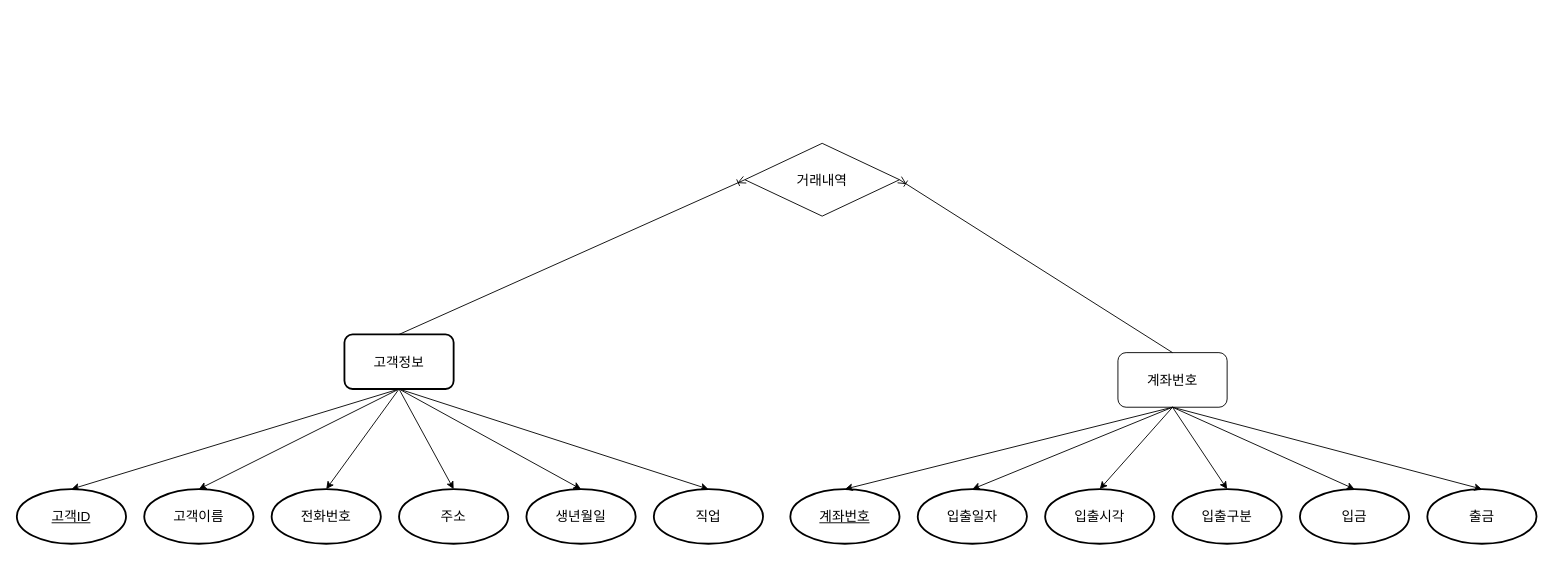
This is Java_020_bank/back(2023-05-17).drawio from elquineas/Biz-2023-04-505-Java, a draw.io file, before an edit. Source tidied: cells renumbered, new cells numbered last; positions are measured from the earlier drawing's top-left corner, leaving out a move shared by most shapes. Both pictures are drawn from the tidied source at 91%, with x=0, y=0 at pixel (16, 143).
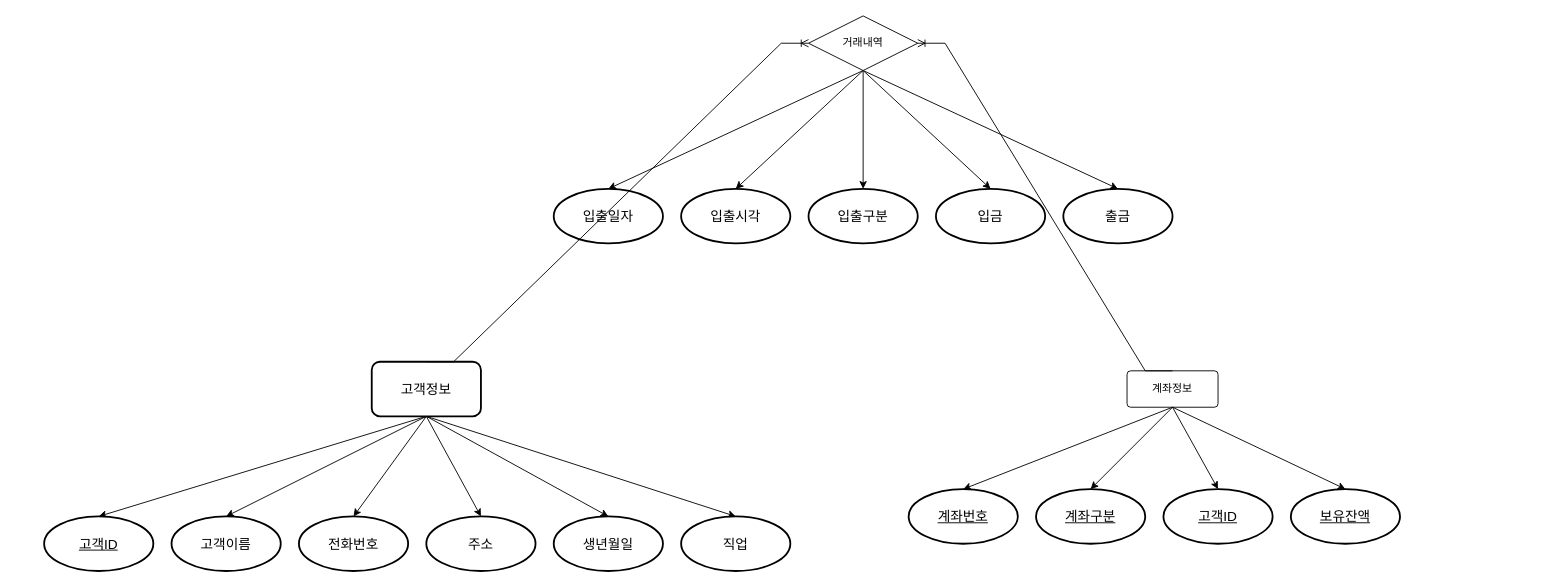
The same page after the edit.

The edit, as a diff of the source:
```diff
@@
     <mxCell id="8" value="&lt;font style=&quot;font-size: 15px;&quot;&gt;고객정보&lt;/font&gt;" style="rounded=1;whiteSpace=wrap;html=1;strokeWidth=2;" parent="1" vertex="1">
-      <mxGeometry x="360" y="210" width="120" height="60" as="geometry" />
+      <mxGeometry x="390" y="240" width="120" height="60" as="geometry" />
     </mxCell>
     <mxCell id="9" value="&lt;font style=&quot;font-size: 15px;&quot;&gt;고객이름&lt;/font&gt;" style="ellipse;whiteSpace=wrap;html=1;strokeWidth=2;" parent="1" vertex="1">
-      <mxGeometry x="140" y="380" width="120" height="60" as="geometry" />
+      <mxGeometry x="170" y="410" width="120" height="60" as="geometry" />
     </mxCell>
     <mxCell id="10" value="&lt;u&gt;&lt;font style=&quot;font-size: 15px;&quot;&gt;고객ID&lt;/font&gt;&lt;/u&gt;" style="ellipse;whiteSpace=wrap;html=1;strokeWidth=2;" parent="1" vertex="1">
-      <mxGeometry y="380" width="120" height="60" as="geometry" />
+      <mxGeometry x="30" y="410" width="120" height="60" as="geometry" />
     </mxCell>
     <mxCell id="11" value="&lt;font style=&quot;font-size: 15px;&quot;&gt;전화번호&lt;br&gt;&lt;/font&gt;" style="ellipse;whiteSpace=wrap;html=1;strokeWidth=2;" parent="1" vertex="1">
-      <mxGeometry x="280" y="380" width="120" height="60" as="geometry" />
+      <mxGeometry x="310" y="410" width="120" height="60" as="geometry" />
     </mxCell>
     <mxCell id="12" value="&lt;font style=&quot;font-size: 15px;&quot;&gt;주소&lt;br&gt;&lt;/font&gt;" style="ellipse;whiteSpace=wrap;html=1;strokeWidth=2;" parent="1" vertex="1">
-      <mxGeometry x="420" y="380" width="120" height="60" as="geometry" />
+      <mxGeometry x="450" y="410" width="120" height="60" as="geometry" />
     </mxCell>
     <mxCell id="13" value="&lt;font style=&quot;font-size: 15px;&quot;&gt;생년월일&lt;/font&gt;" style="ellipse;whiteSpace=wrap;html=1;strokeWidth=2;" parent="1" vertex="1">
-      <mxGeometry x="560" y="380" width="120" height="60" as="geometry" />
+      <mxGeometry x="590" y="410" width="120" height="60" as="geometry" />
     </mxCell>
     <mxCell id="14" value="&lt;font style=&quot;font-size: 15px;&quot;&gt;직업&lt;br&gt;&lt;/font&gt;" style="ellipse;whiteSpace=wrap;html=1;strokeWidth=2;" parent="1" vertex="1">
-      <mxGeometry x="700" y="380" width="120" height="60" as="geometry" />
+      <mxGeometry x="730" y="410" width="120" height="60" as="geometry" />
     </mxCell>
-    <mxCell id="15" value="&lt;font style=&quot;font-size: 15px;&quot;&gt;계좌번호&lt;/font&gt;" style="rounded=1;whiteSpace=wrap;html=1;" parent="1" vertex="1">
-      <mxGeometry x="1210" y="230" width="120" height="60" as="geometry" />
-    </mxCell>
     <mxCell id="16" value="&lt;u&gt;&lt;font style=&quot;font-size: 15px;&quot;&gt;계좌번호&lt;br&gt;&lt;/font&gt;&lt;/u&gt;" style="ellipse;whiteSpace=wrap;html=1;strokeWidth=2;" parent="1" vertex="1">
-      <mxGeometry x="850" y="380" width="120" height="60" as="geometry" />
+      <mxGeometry x="980" y="380" width="120" height="60" as="geometry" />
     </mxCell>
     <mxCell id="17" value="&lt;font style=&quot;font-size: 15px;&quot;&gt;입출일자&lt;/font&gt;" style="ellipse;whiteSpace=wrap;html=1;strokeWidth=2;" parent="1" vertex="1">
-      <mxGeometry x="990" y="380" width="120" height="60" as="geometry" />
+      <mxGeometry x="590" y="50" width="120" height="60" as="geometry" />
     </mxCell>
     <mxCell id="18" value="&lt;font style=&quot;font-size: 15px;&quot;&gt;입출시각&lt;/font&gt;" style="ellipse;whiteSpace=wrap;html=1;strokeWidth=2;" parent="1" vertex="1">
-      <mxGeometry x="1130" y="380" width="120" height="60" as="geometry" />
+      <mxGeometry x="730" y="50" width="120" height="60" as="geometry" />
     </mxCell>
     <mxCell id="19" value="&lt;font style=&quot;font-size: 15px;&quot;&gt;입금&lt;/font&gt;" style="ellipse;whiteSpace=wrap;html=1;strokeWidth=2;" parent="1" vertex="1">
-      <mxGeometry x="1410" y="380" width="120" height="60" as="geometry" />
+      <mxGeometry x="1010" y="50" width="120" height="60" as="geometry" />
     </mxCell>
     <mxCell id="20" value="&lt;span style=&quot;font-size: 15px;&quot;&gt;입출구분&lt;/span&gt;" style="ellipse;whiteSpace=wrap;html=1;strokeWidth=2;" parent="1" vertex="1">
-      <mxGeometry x="1270" y="380" width="120" height="60" as="geometry" />
+      <mxGeometry x="870" y="50" width="120" height="60" as="geometry" />
     </mxCell>
     <mxCell id="21" value="&lt;font style=&quot;font-size: 15px;&quot;&gt;출금&lt;br&gt;&lt;/font&gt;" style="ellipse;whiteSpace=wrap;html=1;strokeWidth=2;" parent="1" vertex="1">
-      <mxGeometry x="1550" y="380" width="120" height="60" as="geometry" />
+      <mxGeometry x="1150" y="50" width="120" height="60" as="geometry" />
     </mxCell>
-    <mxCell id="22" style="rounded=0;jettySize=auto;html=1;entryX=0.5;entryY=0;entryDx=0;entryDy=0;exitX=0.5;exitY=1;exitDx=0;exitDy=0;" parent="1" edge="1" source="15" target="16">
+    <mxCell id="22" style="rounded=0;jettySize=auto;html=1;entryX=0.5;entryY=0;entryDx=0;entryDy=0;exitX=0.5;exitY=1;exitDx=0;exitDy=0;" parent="1" edge="1" source="31" target="16">
       <mxGeometry relative="1" as="geometry" />
     </mxCell>
-    <mxCell id="23" style="rounded=0;jettySize=auto;html=1;entryX=0.5;entryY=0;entryDx=0;entryDy=0;exitX=0.5;exitY=1;exitDx=0;exitDy=0;" parent="1" edge="1" source="15" target="17">
+    <mxCell id="23" style="rounded=0;jettySize=auto;html=1;entryX=0.5;entryY=0;entryDx=0;entryDy=0;exitX=0.5;exitY=1;exitDx=0;exitDy=0;" parent="1" edge="1" source="28" target="17">
       <mxGeometry relative="1" as="geometry" />
     </mxCell>
-    <mxCell id="24" style="rounded=0;jettySize=auto;html=1;entryX=0.5;entryY=0;entryDx=0;entryDy=0;exitX=0.5;exitY=1;exitDx=0;exitDy=0;" parent="1" edge="1" source="15" target="20">
+    <mxCell id="24" style="rounded=0;jettySize=auto;html=1;entryX=0.5;entryY=0;entryDx=0;entryDy=0;exitX=0.5;exitY=1;exitDx=0;exitDy=0;" parent="1" edge="1" source="28" target="20">
       <mxGeometry relative="1" as="geometry" />
     </mxCell>
-    <mxCell id="25" style="rounded=0;jettySize=auto;html=1;entryX=0.5;entryY=0;entryDx=0;entryDy=0;exitX=0.5;exitY=1;exitDx=0;exitDy=0;" parent="1" edge="1" source="15" target="18">
+    <mxCell id="25" style="rounded=0;jettySize=auto;html=1;entryX=0.5;entryY=0;entryDx=0;entryDy=0;exitX=0.5;exitY=1;exitDx=0;exitDy=0;" parent="1" edge="1" source="28" target="18">
       <mxGeometry relative="1" as="geometry" />
     </mxCell>
-    <mxCell id="26" style="rounded=0;jettySize=auto;html=1;entryX=0.5;entryY=0;entryDx=0;entryDy=0;exitX=0.5;exitY=1;exitDx=0;exitDy=0;" parent="1" edge="1" source="15" target="21">
+    <mxCell id="26" style="rounded=0;jettySize=auto;html=1;entryX=0.5;entryY=0;entryDx=0;entryDy=0;exitX=0.5;exitY=1;exitDx=0;exitDy=0;" parent="1" edge="1" source="28" target="21">
       <mxGeometry relative="1" as="geometry" />
     </mxCell>
-    <mxCell id="27" style="rounded=0;jettySize=auto;html=1;entryX=0.5;entryY=0;entryDx=0;entryDy=0;exitX=0.5;exitY=1;exitDx=0;exitDy=0;" parent="1" edge="1" source="15" target="19">
+    <mxCell id="27" style="rounded=0;jettySize=auto;html=1;entryX=0.5;entryY=0;entryDx=0;entryDy=0;exitX=0.5;exitY=1;exitDx=0;exitDy=0;" parent="1" edge="1" source="28" target="19">
       <mxGeometry relative="1" as="geometry" />
     </mxCell>
-    <mxCell id="28" value="&lt;font style=&quot;font-size: 15px;&quot;&gt;거래내역&lt;/font&gt;" style="rhombus;whiteSpace=wrap;html=1;" parent="1" vertex="1">
-      <mxGeometry x="800" width="170" height="80" as="geometry" />
+    <mxCell id="28" value="거래내역" style="shape=rhombus;perimeter=rhombusPerimeter;whiteSpace=wrap;html=1;align=center;" parent="1" vertex="1">
+      <mxGeometry x="870" y="-140" width="120" height="60" as="geometry" />
     </mxCell>
+    <mxCell id="31" value="계좌정보" style="rounded=1;arcSize=10;whiteSpace=wrap;html=1;align=center;" parent="1" vertex="1">
+      <mxGeometry x="1220" y="250" width="100" height="40" as="geometry" />
+    </mxCell>
-    <mxCell id="29" style="fontSize=12;html=1;endArrow=ERoneToMany;rounded=0;entryX=0;entryY=0.5;entryDx=0;entryDy=0;exitX=0.5;exitY=0;exitDx=0;exitDy=0;" parent="1" edge="1" source="8" target="28">
+    <mxCell id="29" style="edgeStyle=entityRelationEdgeStyle;fontSize=12;html=1;endArrow=ERoneToMany;rounded=0;entryX=0;entryY=0.5;entryDx=0;entryDy=0;exitX=0.5;exitY=0;exitDx=0;exitDy=0;" parent="1" edge="1" source="8" target="28">
       <mxGeometry relative="1" as="geometry" />
     </mxCell>
-    <mxCell id="30" style="fontSize=12;html=1;endArrow=ERoneToMany;rounded=0;entryX=1;entryY=0.5;entryDx=0;entryDy=0;exitX=0.5;exitY=0;exitDx=0;exitDy=0;" parent="1" edge="1" source="15" target="28">
-      <mxGeometry relative="1" as="geometry" />
-    </mxCell>
+    <mxCell id="32" style="edgeStyle=entityRelationEdgeStyle;fontSize=12;html=1;endArrow=ERoneToMany;rounded=0;entryX=1;entryY=0.5;entryDx=0;entryDy=0;exitX=0.5;exitY=0;exitDx=0;exitDy=0;" parent="1" edge="1" source="31" target="28">
+      <mxGeometry relative="1" as="geometry" />
+    </mxCell>
+    <mxCell id="33" value="&lt;u&gt;&lt;font style=&quot;font-size: 15px;&quot;&gt;계좌구분&lt;br&gt;&lt;/font&gt;&lt;/u&gt;" style="ellipse;whiteSpace=wrap;html=1;strokeWidth=2;" parent="1" vertex="1">
+      <mxGeometry x="1120" y="380" width="120" height="60" as="geometry" />
+    </mxCell>
+    <mxCell id="34" value="&lt;u&gt;&lt;font style=&quot;font-size: 15px;&quot;&gt;고객ID&lt;br&gt;&lt;/font&gt;&lt;/u&gt;" style="ellipse;whiteSpace=wrap;html=1;strokeWidth=2;" parent="1" vertex="1">
+      <mxGeometry x="1260" y="380" width="120" height="60" as="geometry" />
+    </mxCell>
+    <mxCell id="35" value="&lt;u&gt;&lt;font style=&quot;font-size: 15px;&quot;&gt;보유잔액&lt;br&gt;&lt;/font&gt;&lt;/u&gt;" style="ellipse;whiteSpace=wrap;html=1;strokeWidth=2;" parent="1" vertex="1">
+      <mxGeometry x="1400" y="380" width="120" height="60" as="geometry" />
+    </mxCell>
+    <mxCell id="36" style="rounded=0;jettySize=auto;html=1;entryX=0.5;entryY=0;entryDx=0;entryDy=0;exitX=0.5;exitY=1;exitDx=0;exitDy=0;" parent="1" edge="1" source="31" target="33">
+      <mxGeometry relative="1" as="geometry" />
+    </mxCell>
+    <mxCell id="37" style="rounded=0;jettySize=auto;html=1;entryX=0.5;entryY=0;entryDx=0;entryDy=0;exitX=0.5;exitY=1;exitDx=0;exitDy=0;" parent="1" edge="1" source="31" target="35">
+      <mxGeometry relative="1" as="geometry" />
+    </mxCell>
+    <mxCell id="38" style="rounded=0;jettySize=auto;html=1;entryX=0.5;entryY=0;entryDx=0;entryDy=0;exitX=0.5;exitY=1;exitDx=0;exitDy=0;" parent="1" edge="1" source="31" target="34">
+      <mxGeometry relative="1" as="geometry" />
+    </mxCell>
```
